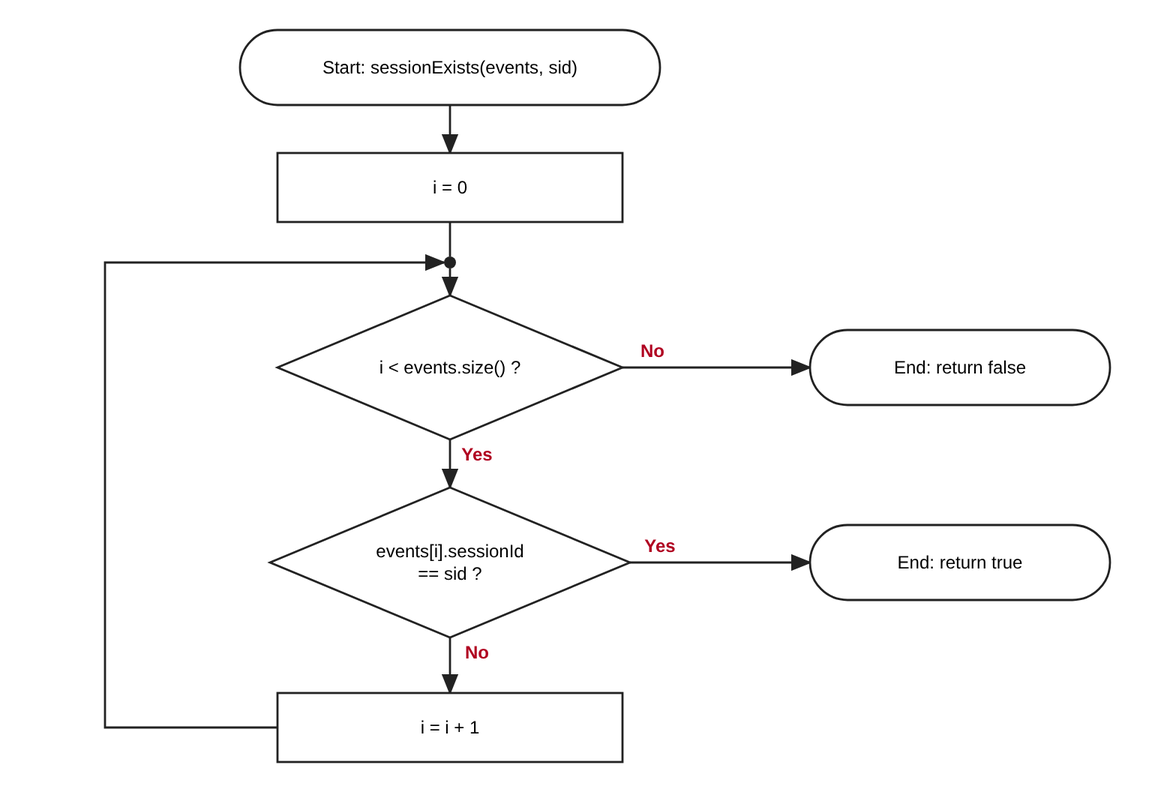
Before: docs/flowcharts/T04-session-exists.drawio.png, a diagram exported from draw.io (Ukakaka2802/smartretail-p3-group06). Source tidied: cells renumbered, new cells last; positions are measured from the earlier drawing's top-left corner, leaving out a move shared by most shapes.
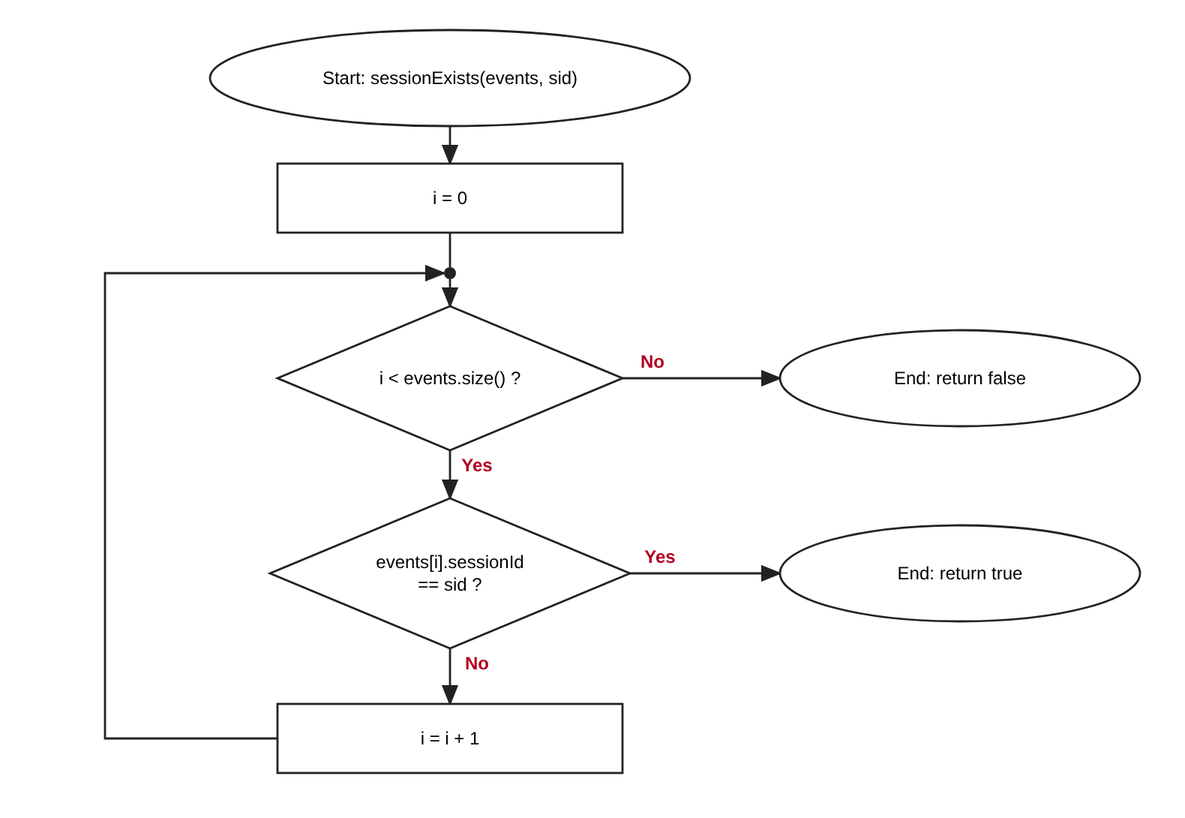
The same file after the commit.

Commit message:
T04: redraw Start/End as ovals in flowcharts

The edit, as a diff of the source:
```diff
@@ -2,8 +2,8 @@
   <root>
     <mxCell id="0" />
     <mxCell id="1" parent="0" />
-    <mxCell id="2" value="Start: sessionExists(events, sid)" style="rounded=1;arcSize=50;whiteSpace=wrap;html=0;fontSize=12;" parent="1" vertex="1">
-      <mxGeometry x="90" width="280" height="50" as="geometry" />
+    <mxCell id="2" value="Start: sessionExists(events, sid)" style="ellipse;whiteSpace=wrap;html=0;fontSize=12;" parent="1" vertex="1">
+      <mxGeometry x="70" y="-7" width="320" height="64" as="geometry" />
     </mxCell>
     <mxCell id="3" value="i = 0" style="rounded=0;whiteSpace=wrap;html=0;fontSize=12;" parent="1" vertex="1">
       <mxGeometry x="115" y="82" width="230" height="46" as="geometry" />
@@ -14,14 +14,14 @@
     <mxCell id="5" value="i &lt; events.size() ?" style="rhombus;whiteSpace=wrap;html=0;fontSize=12;" parent="1" vertex="1">
       <mxGeometry x="115" y="177" width="230" height="96" as="geometry" />
     </mxCell>
-    <mxCell id="6" value="End: return false" style="rounded=1;arcSize=50;whiteSpace=wrap;html=0;fontSize=12;" parent="1" vertex="1">
-      <mxGeometry x="470" y="200" width="200" height="50" as="geometry" />
+    <mxCell id="6" value="End: return false" style="ellipse;whiteSpace=wrap;html=0;fontSize=12;" parent="1" vertex="1">
+      <mxGeometry x="450" y="193" width="240" height="64" as="geometry" />
     </mxCell>
     <mxCell id="7" value="events[i].sessionId&#10;== sid ?" style="rhombus;whiteSpace=wrap;html=0;fontSize=12;" parent="1" vertex="1">
       <mxGeometry x="110" y="305" width="240" height="100" as="geometry" />
     </mxCell>
-    <mxCell id="8" value="End: return true" style="rounded=1;arcSize=50;whiteSpace=wrap;html=0;fontSize=12;" parent="1" vertex="1">
-      <mxGeometry x="470" y="330" width="200" height="50" as="geometry" />
+    <mxCell id="8" value="End: return true" style="ellipse;whiteSpace=wrap;html=0;fontSize=12;" parent="1" vertex="1">
+      <mxGeometry x="450" y="323" width="240" height="64" as="geometry" />
     </mxCell>
     <mxCell id="9" value="i = i + 1" style="rounded=0;whiteSpace=wrap;html=0;fontSize=12;" parent="1" vertex="1">
       <mxGeometry x="115" y="442" width="230" height="46" as="geometry" />
```
